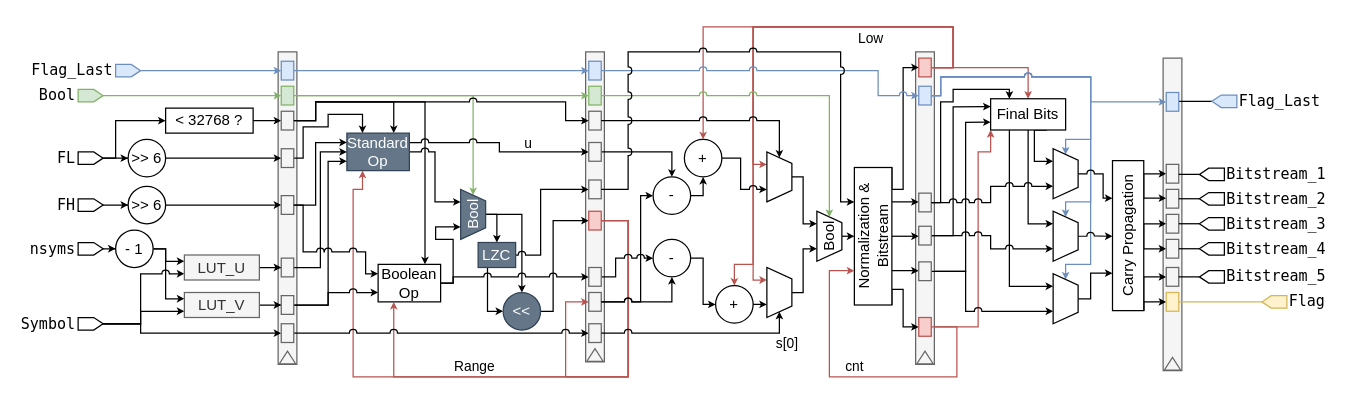
Before: page "Full_arc" (9 of 9) of Project/Architecture.drawio in tuliopereirab/arithmetic-encoder-av1, a draw.io diagram. Source tidied: cells renumbered, new cells numbered last; positions are measured from the earlier drawing's top-left corner, leaving out a move shared by most shapes. Both pictures are drawn from the tidied source at 125%, with x=0, y=0 at pixel (78, 26).
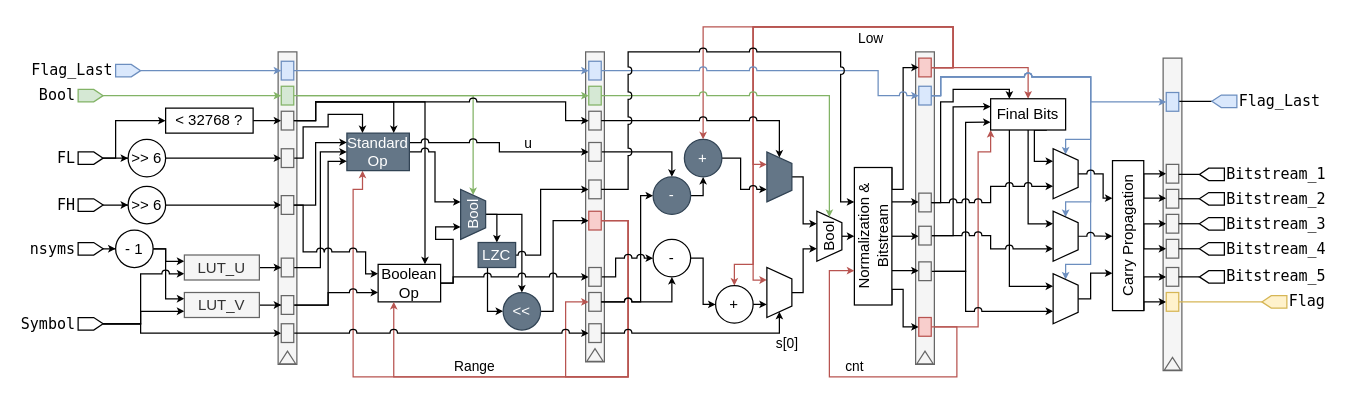
The same page after the edit.

Commit message:
Low Standard Operation highlighted in a darker color.

Diff of the diagram source:
```diff
@@
-    <mxCell id="88" value="-" style="ellipse;whiteSpace=wrap;html=1;" parent="1" vertex="1">
+    <mxCell id="88" value="-" style="ellipse;whiteSpace=wrap;html=1;fillColor=#647687;strokeColor=#314354;fontColor=#ffffff;" parent="1" vertex="1">
       <mxGeometry x="460" y="120" width="30" height="30" as="geometry" />
     </mxCell>
@@
-    <mxCell id="99" value="+" style="ellipse;whiteSpace=wrap;html=1;" parent="1" vertex="1">
+    <mxCell id="99" value="+" style="ellipse;whiteSpace=wrap;html=1;fillColor=#647687;strokeColor=#314354;fontColor=#ffffff;" parent="1" vertex="1">
       <mxGeometry x="485" y="90" width="30" height="30" as="geometry" />
     </mxCell>
@@
-    <mxCell id="101" style="verticalLabelPosition=bottom;verticalAlign=top;html=1;shape=trapezoid;perimeter=trapezoidPerimeter;whiteSpace=wrap;size=0.23;arcSize=10;flipV=1;align=center;direction=east;rotation=-90;" parent="1" vertex="1">
+    <mxCell id="101" style="verticalLabelPosition=bottom;verticalAlign=top;html=1;shape=trapezoid;perimeter=trapezoidPerimeter;whiteSpace=wrap;size=0.23;arcSize=10;flipV=1;align=center;direction=east;rotation=-90;fillColor=#647687;strokeColor=#314354;fontColor=#ffffff;" parent="1" vertex="1">
       <mxGeometry x="541" y="110" width="40" height="20" as="geometry" />
     </mxCell>
```
